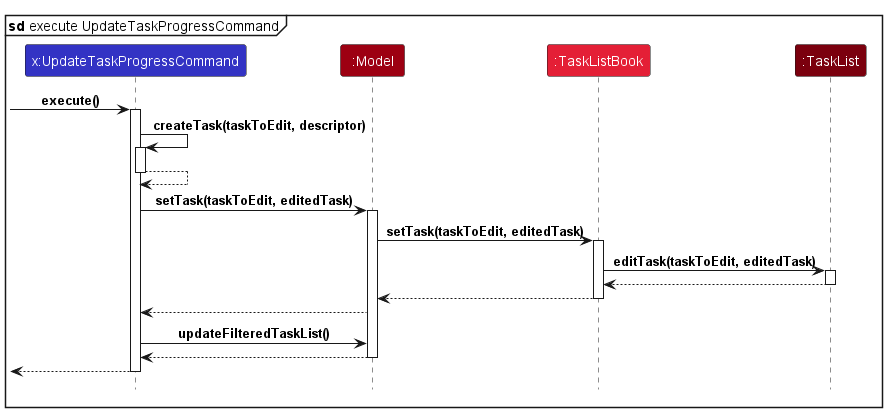
Above: docs/images/UpdateTaskProgressSequenceDiagram.png in raydenlim/tp (PlantUML), before the change.
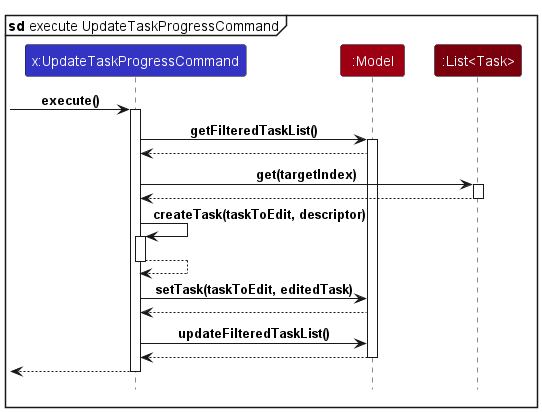
Later version of the same file.

The edit, as a diff of the source:
```diff
@@ -7,13 +7,21 @@
 
 participant ":Model" as Model MODEL_COLOR
 
-participant ":TaskListBook" as TaskListBook MODEL_COLOR_T2
-
-participant ":TaskList" as TaskList MODEL_COLOR_T3
-
+participant ":List<Task>" as TaskList MODEL_COLOR_T3
 
 [-> UpdateTaskProgressCommand : execute()
 activate UpdateTaskProgressCommand
+
+UpdateTaskProgressCommand -> Model : getFilteredTaskList()
+activate Model
+
+Model --> UpdateTaskProgressCommand
+
+UpdateTaskProgressCommand -> TaskList : get(targetIndex)
+activate TaskList
+
+TaskList --> UpdateTaskProgressCommand
+deactivate TaskList
 
 UpdateTaskProgressCommand -> UpdateTaskProgressCommand : createTask(taskToEdit, descriptor)
 activate UpdateTaskProgressCommand
@@ -22,19 +30,6 @@
 deactivate UpdateTaskProgressCommand
 
 UpdateTaskProgressCommand -> Model : setTask(taskToEdit, editedTask)
-activate Model
-
-Model -> TaskListBook : setTask(taskToEdit, editedTask)
-activate TaskListBook
-
-TaskListBook -> TaskList : editTask(taskToEdit, editedTask)
-activate TaskList
-
-TaskList ---> TaskListBook
-deactivate TaskList
-
-TaskListBook ---> Model
-deactivate TaskListBook
 
 Model --> UpdateTaskProgressCommand
 
```
